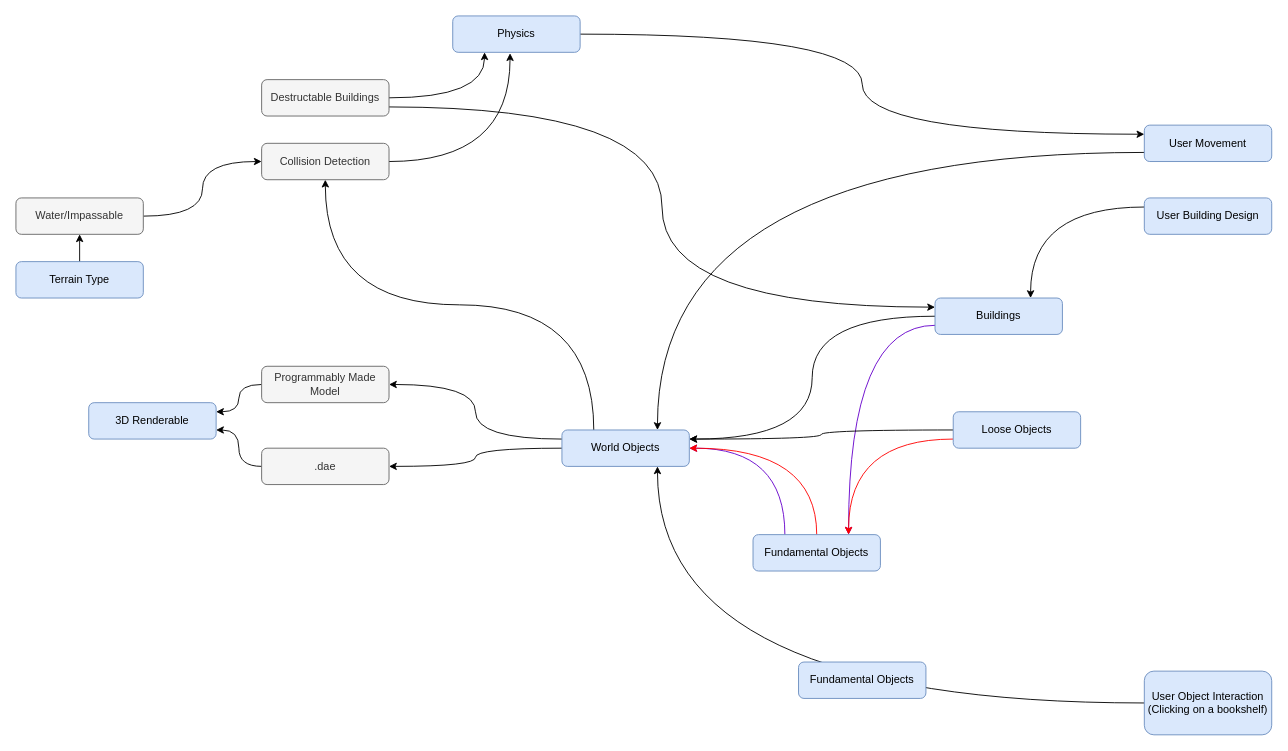
Above: fobject.drawio in jsarasin/zombie_diagram (draw.io), before the change. Source tidied: cells renumbered, new cells numbered last; positions are measured from the earlier drawing's top-left corner, leaving out a move shared by most shapes. Both pictures are drawn from the tidied source at 91%, with x=0, y=0 at pixel (15, 15).
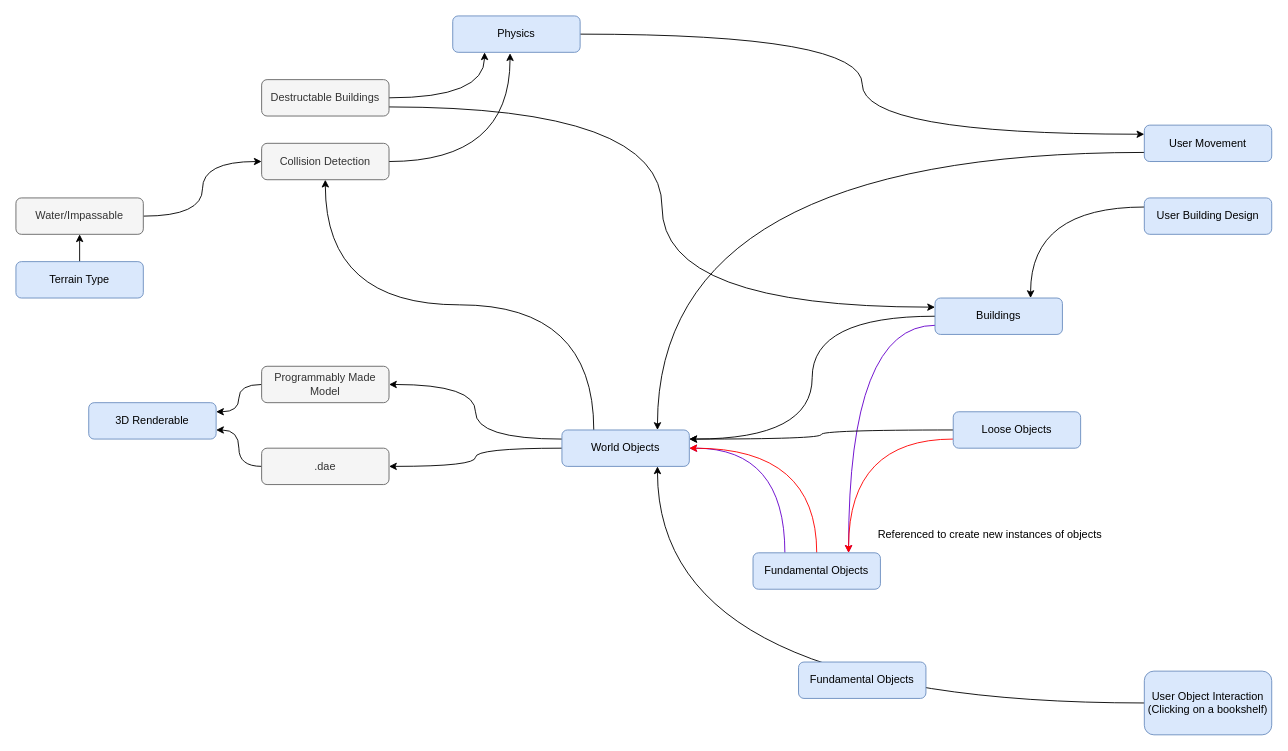
Above is the later version.

The edit, as a diff of the source:
```diff
@@
     <mxCell id="37" value="Fundamental Objects" style="rounded=1;whiteSpace=wrap;html=1;fillColor=#dae8fc;strokeColor=#6c8ebf;" parent="1" vertex="1">
-      <mxGeometry x="810" y="570" width="140" height="40" as="geometry" />
+      <mxGeometry x="810" y="590" width="140" height="40" as="geometry" />
     </mxCell>
+    <mxCell id="38" value="Referenced to create new instances of objects" style="text;html=1;align=center;verticalAlign=middle;" parent="1" vertex="1">
+      <mxGeometry x="920" y="560" width="300" height="20" as="geometry" />
+    </mxCell>
```
